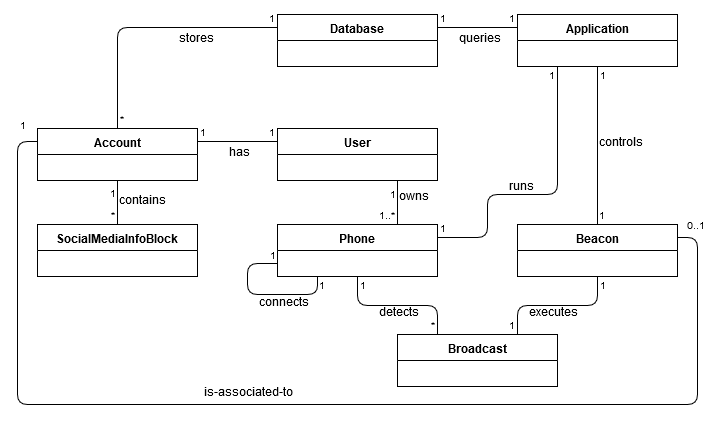
This is assets/domain-model.png from softeng-feup/open-cx-heapsdontlie, a draw.io export, as it was before one commit. Source tidied: cells renumbered, new cells last; positions are measured from the earlier drawing's top-left corner, leaving out a move shared by most shapes.
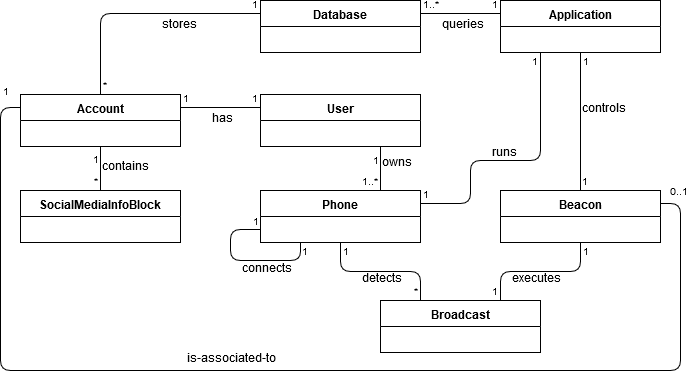
After the commit.

Commit message:
Updated domain model

The edit, as a diff of the source:
```diff
@@ -3,22 +3,22 @@
     <mxCell id="0" />
     <mxCell id="1" parent="0" />
     <mxCell id="2" value="Database" style="swimlane;fontStyle=1;align=center;verticalAlign=top;horizontal=1;startSize=26;" parent="1" vertex="1">
-      <mxGeometry x="260" width="160" height="52" as="geometry" />
+      <mxGeometry x="260" y="20" width="160" height="52" as="geometry" />
     </mxCell>
     <mxCell id="3" value="Application" style="swimlane;fontStyle=1;align=center;verticalAlign=top;horizontal=1;startSize=26;" parent="1" vertex="1">
-      <mxGeometry x="500" width="160" height="52" as="geometry" />
+      <mxGeometry x="500" y="20" width="160" height="52" as="geometry" />
     </mxCell>
     <mxCell id="4" style="endArrow=none;html=1;edgeStyle=orthogonalEdgeStyle;entryX=0;entryY=0.25;entryDx=0;entryDy=0;exitX=1;exitY=0.25;exitDx=0;exitDy=0;" parent="1" edge="1" source="2" target="3">
       <mxGeometry relative="1" as="geometry" />
     </mxCell>
-    <mxCell id="5" value="1" style="html=1;align=left;verticalAlign=bottom;labelBackgroundColor=#ffffff;fontSize=10;" parent="4" vertex="1">
+    <mxCell id="5" value="1..*" style="html=1;align=left;verticalAlign=bottom;labelBackgroundColor=#ffffff;fontSize=10;" parent="4" vertex="1">
       <mxGeometry x="-1" relative="1" as="geometry" />
     </mxCell>
     <mxCell id="6" value="1" style="html=1;align=right;verticalAlign=bottom;labelBackgroundColor=#ffffff;fontSize=10;" parent="4" vertex="1">
       <mxGeometry x="1" relative="1" as="geometry" />
     </mxCell>
     <mxCell id="7" value="&lt;div&gt;queries&lt;/div&gt;" style="text;html=1;align=left;verticalAlign=top;spacingTop=-4;" parent="1" vertex="1">
-      <mxGeometry x="440" y="16" width="60" height="20" as="geometry" />
+      <mxGeometry x="440" y="36" width="60" height="20" as="geometry" />
     </mxCell>
     <mxCell id="8" value="Broadcast" style="swimlane;fontStyle=1;align=center;verticalAlign=top;horizontal=1;startSize=26;" parent="1" vertex="1">
       <mxGeometry x="380" y="320" width="160" height="52" as="geometry" />
@@ -154,7 +154,7 @@
       <mxGeometry x="1" relative="1" as="geometry" />
     </mxCell>
     <mxCell id="45" value="stores" style="text;html=1;align=left;verticalAlign=top;spacingTop=-4;" parent="1" vertex="1">
-      <mxGeometry x="160" y="16" width="50" height="20" as="geometry" />
+      <mxGeometry x="160" y="36" width="50" height="20" as="geometry" />
     </mxCell>
     <mxCell id="46" style="endArrow=none;html=1;edgeStyle=orthogonalEdgeStyle;exitX=1;exitY=0.25;exitDx=0;exitDy=0;entryX=0.25;entryY=1;entryDx=0;entryDy=0;" parent="1" edge="1" source="18" target="3">
       <mxGeometry relative="1" as="geometry">
```
